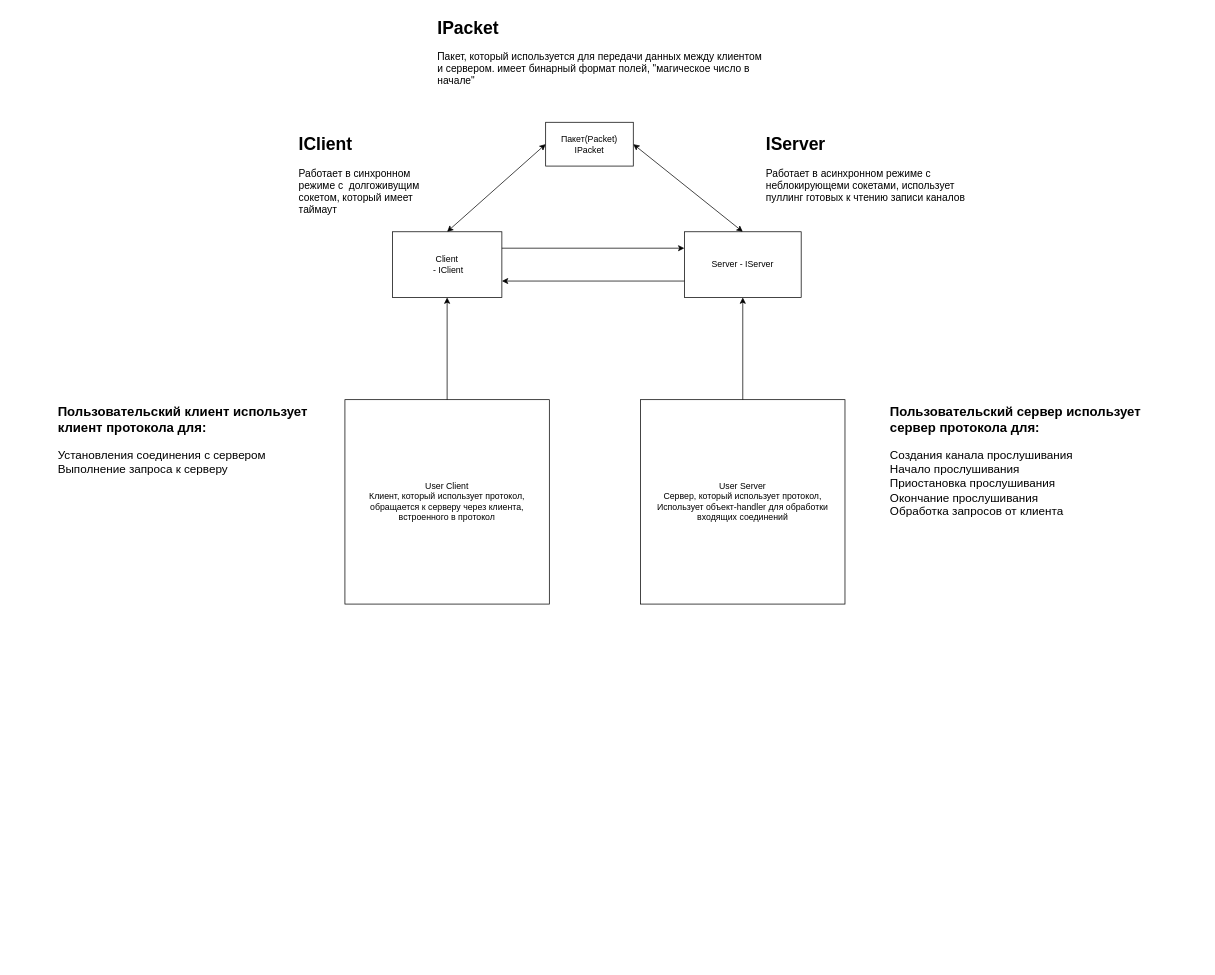
This is BENK-shceme.drawio from mefikan/diploma_schemes, a draw.io file, before an edit. Source tidied: cells renumbered, new cells numbered last; positions are measured from the earlier drawing's top-left corner, leaving out a move shared by most shapes. Both pictures are drawn from the tidied source at 73%, with x=0, y=0 at pixel (56, 12).
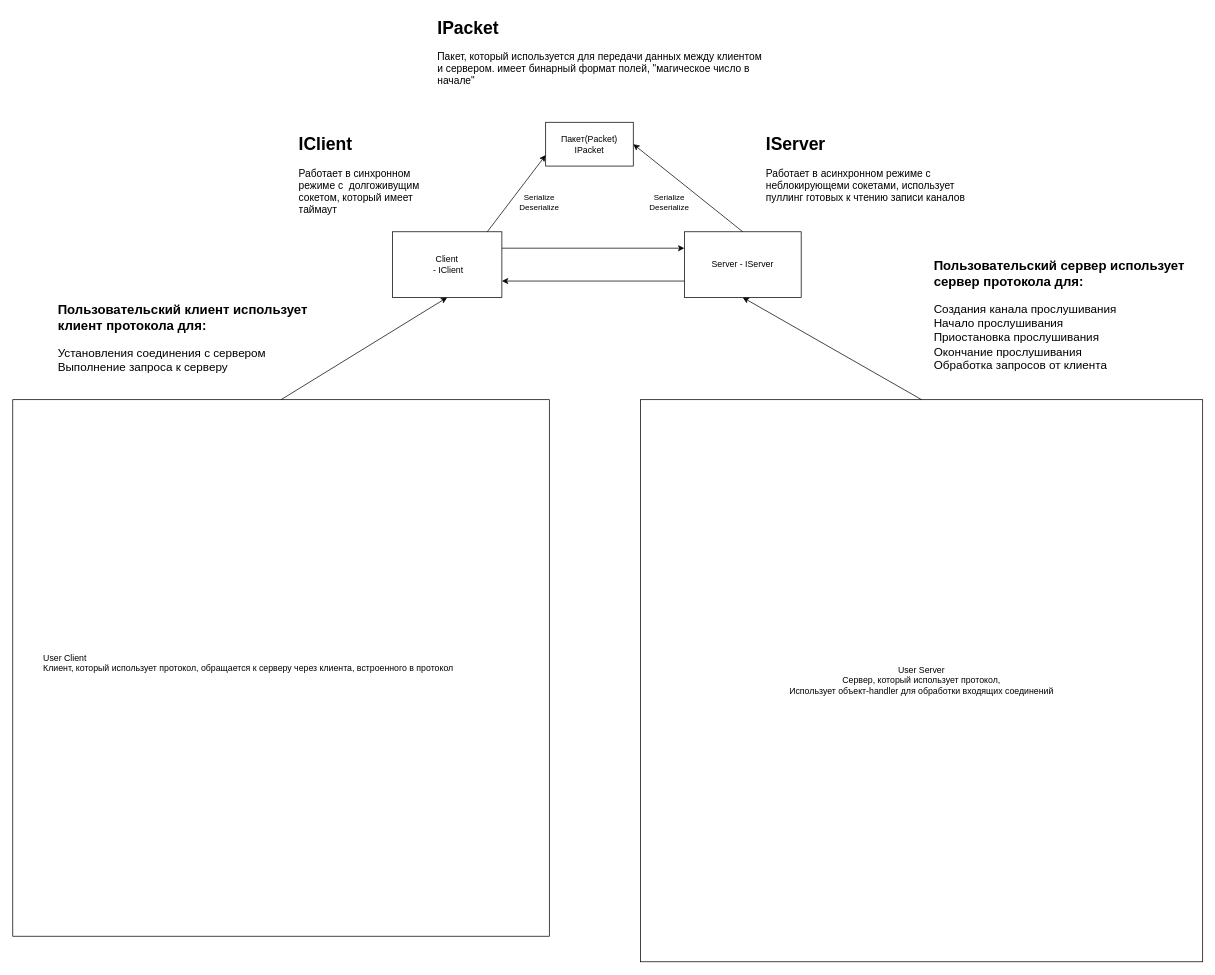
The same diagram, later.

The change refers to these unchanged cells:
```xml
<mxCell id="2" value="&lt;div&gt;Пакет(Packet)&lt;/div&gt;&lt;div&gt;IPacket&lt;/div&gt;" style="rounded=0;whiteSpace=wrap;html=1;" parent="1" vertex="1">
  <mxGeometry x="670" y="150" width="120" height="60" as="geometry" />
</mxCell>
<mxCell id="3" value="&lt;div&gt;Client&lt;/div&gt;&amp;nbsp;- IClient" style="rounded=0;whiteSpace=wrap;html=1;" parent="1" vertex="1">
  <mxGeometry x="460" y="300" width="150" height="90" as="geometry" />
</mxCell>
<mxCell id="4" value="&lt;div&gt;Server - IServer&lt;/div&gt;" style="rounded=0;whiteSpace=wrap;html=1;" parent="1" vertex="1">
  <mxGeometry x="860" y="300" width="160" height="90" as="geometry" />
</mxCell>
```

Change to the diagram source:
```diff
@@
     <mxCell id="5" value="&lt;div&gt;User Server&lt;/div&gt;&lt;div&gt;Сервер, который использует протокол,&lt;/div&gt;&lt;div&gt;Использует объект-handler для обработки входящих соединений&lt;/div&gt;" style="whiteSpace=wrap;html=1;" parent="1" vertex="1">
-      <mxGeometry x="800" y="530" width="280" height="280" as="geometry" />
+      <mxGeometry x="800" y="530" width="770" height="770" as="geometry" />
     </mxCell>
-    <mxCell id="6" value="User Client&lt;br&gt;Клиент, который использует протокол, обращается к серверу через клиента, встроенного в протокол" style="whiteSpace=wrap;html=1;" parent="1" vertex="1">
-      <mxGeometry x="395" y="530" width="280" height="280" as="geometry" />
+    <mxCell id="6" value="&lt;blockquote&gt;&lt;div align=&quot;left&quot;&gt;User Client&lt;br&gt;&lt;div&gt;Клиент, который использует протокол, обращается к серверу через клиента, встроенного в протокол&lt;/div&gt;&lt;div&gt;&lt;br&gt;&lt;/div&gt;&lt;/div&gt;&lt;/blockquote&gt;" style="whiteSpace=wrap;html=1;align=left;" parent="1" vertex="1">
+      <mxGeometry x="-60" y="530" width="735" height="735" as="geometry" />
     </mxCell>
@@
     <mxCell id="9" value="&lt;div&gt;&lt;b&gt;&lt;font style=&quot;font-size: 18px;&quot;&gt;Пользовательский клиент использует клиент протокола для:&lt;/font&gt;&lt;/b&gt;&lt;/div&gt;&lt;div&gt;&lt;font style=&quot;font-size: 14px;&quot;&gt;&lt;br&gt;&lt;/font&gt;&lt;/div&gt;&lt;div&gt;&lt;font size=&quot;3&quot;&gt;Установления соединения с сервером&lt;/font&gt;&lt;/div&gt;&lt;div&gt;&lt;font size=&quot;3&quot;&gt;Выполнение запроса к серверу&lt;/font&gt;&lt;/div&gt;&lt;div&gt;&lt;br&gt;&lt;/div&gt;" style="text;html=1;whiteSpace=wrap;overflow=hidden;rounded=0;" parent="1" vertex="1">
-      <mxGeometry y="530" width="370" height="130" as="geometry" />
+      <mxGeometry y="390" width="370" height="130" as="geometry" />
     </mxCell>
     <mxCell id="10" value="&lt;div&gt;&lt;b&gt;&lt;font style=&quot;font-size: 18px;&quot;&gt;Пользовательский сервер использует сервер протокола для:&lt;/font&gt;&lt;/b&gt;&lt;/div&gt;&lt;div&gt;&lt;font style=&quot;font-size: 14px;&quot;&gt;&lt;br&gt;&lt;/font&gt;&lt;/div&gt;&lt;div&gt;&lt;font size=&quot;3&quot;&gt;Создания канала прослушивания&lt;/font&gt;&lt;/div&gt;&lt;div&gt;&lt;font size=&quot;3&quot;&gt;Начало прослушивания&lt;/font&gt;&lt;/div&gt;&lt;div&gt;&lt;font size=&quot;3&quot;&gt;Приостановка прослушивания&lt;/font&gt;&lt;/div&gt;&lt;div&gt;&lt;font size=&quot;3&quot;&gt;Окончание прослушивания&lt;/font&gt;&lt;/div&gt;&lt;div&gt;&lt;font size=&quot;3&quot;&gt;Обработка запросов от клиента&lt;/font&gt;&lt;/div&gt;&lt;div&gt;&lt;br&gt;&lt;/div&gt;" style="text;html=1;whiteSpace=wrap;overflow=hidden;rounded=0;" parent="1" vertex="1">
-      <mxGeometry x="1140" y="530" width="370" height="170" as="geometry" />
+      <mxGeometry x="1200" y="330" width="370" height="170" as="geometry" />
     </mxCell>
@@
-    <mxCell id="12" style="endArrow=classic;html=1;rounded=0;exitX=0.5;exitY=0;exitDx=0;exitDy=0;entryX=0;entryY=0.5;entryDx=0;entryDy=0;startArrow=classic;startFill=1;" parent="1" edge="1" source="3" target="2">
-      <mxGeometry relative="1" as="geometry" />
-    </mxCell>
-    <mxCell id="13" style="endArrow=classic;startArrow=classic;html=1;rounded=0;entryX=1;entryY=0.5;entryDx=0;entryDy=0;exitX=0.5;exitY=0;exitDx=0;exitDy=0;" parent="1" edge="1" source="4" target="2">
+    <mxCell id="13" style="endArrow=classic;startArrow=none;html=1;rounded=0;entryX=1;entryY=0.5;entryDx=0;entryDy=0;exitX=0.5;exitY=0;exitDx=0;exitDy=0;endFill=1;startFill=0;" parent="1" edge="1" source="4" target="2">
       <mxGeometry relative="1" as="geometry" />
     </mxCell>
+    <mxCell id="18" value="Serialize&lt;div&gt;Deserialize&lt;/div&gt;" style="edgeLabel;html=1;align=center;verticalAlign=middle;" parent="13" vertex="1">
+      <mxGeometry x="-0.17" y="-2" relative="1" as="geometry">
+        <mxPoint x="-40" y="11" as="offset" />
+      </mxGeometry>
+    </mxCell>
@@
+    <mxCell id="19" style="endArrow=classic;html=1;rounded=0;entryX=0;entryY=0.75;entryDx=0;entryDy=0;" parent="1" edge="1" target="2">
+      <mxGeometry relative="1" as="geometry">
+        <mxPoint x="590" y="300" as="sourcePoint" />
+      </mxGeometry>
+    </mxCell>
+    <mxCell id="20" value="&lt;div&gt;Serialize&lt;/div&gt;Deserialize" style="edgeLabel;html=1;align=center;verticalAlign=middle;" parent="19" vertex="1">
+      <mxGeometry x="0.07" y="1" relative="1" as="geometry">
+        <mxPoint x="28" y="17" as="offset" />
+      </mxGeometry>
+    </mxCell>
```
